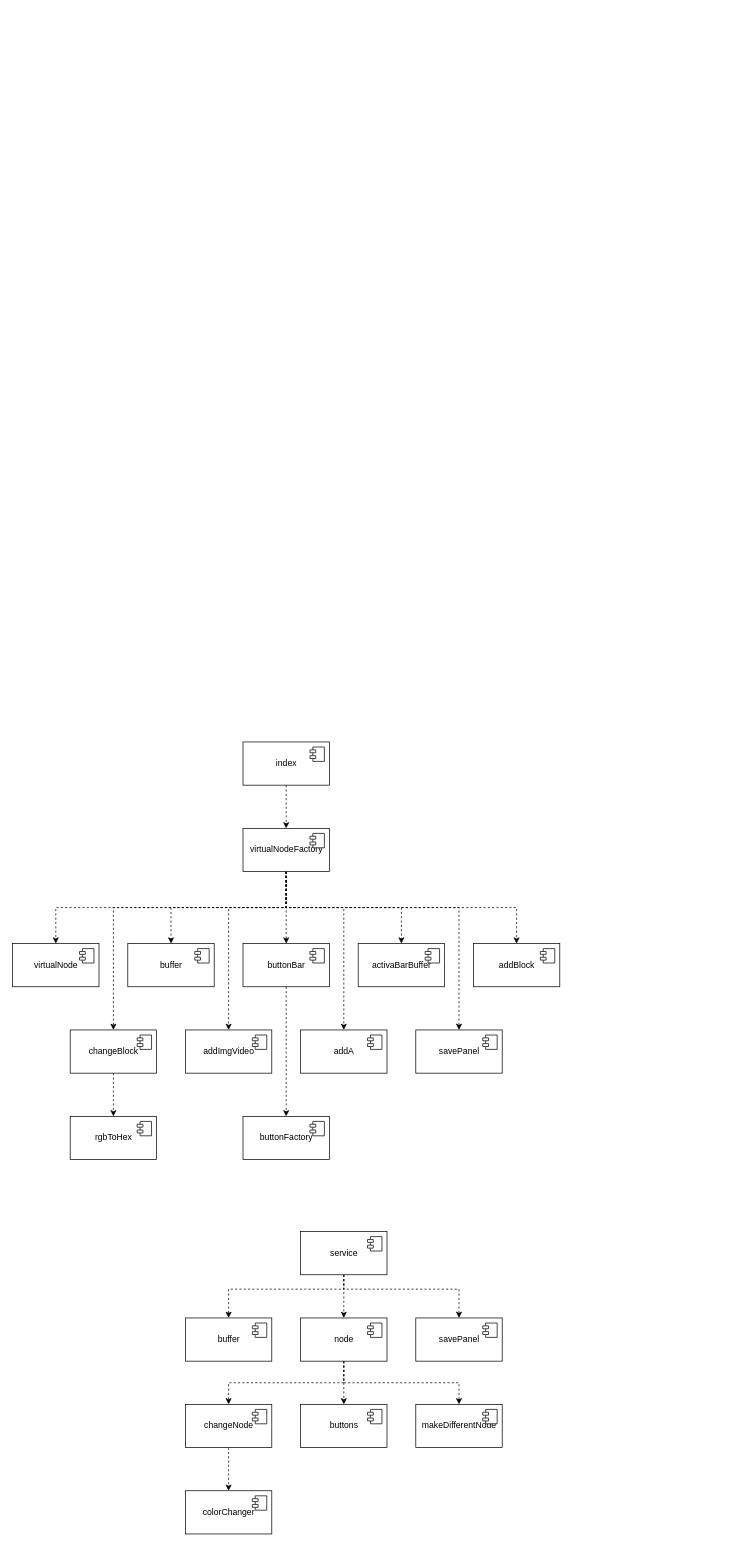
Alex8157/website-builder keeps this draw.io diagram as Схемки/Диаграмма компонентов.drawio. Above is the earlier version. Source tidied: cells renumbered, new cells numbered last; positions are measured from the earlier drawing's top-left corner, leaving out a move shared by most shapes. Both pictures are drawn from the tidied source at 72%, with x=0, y=0 at pixel (12, 742).
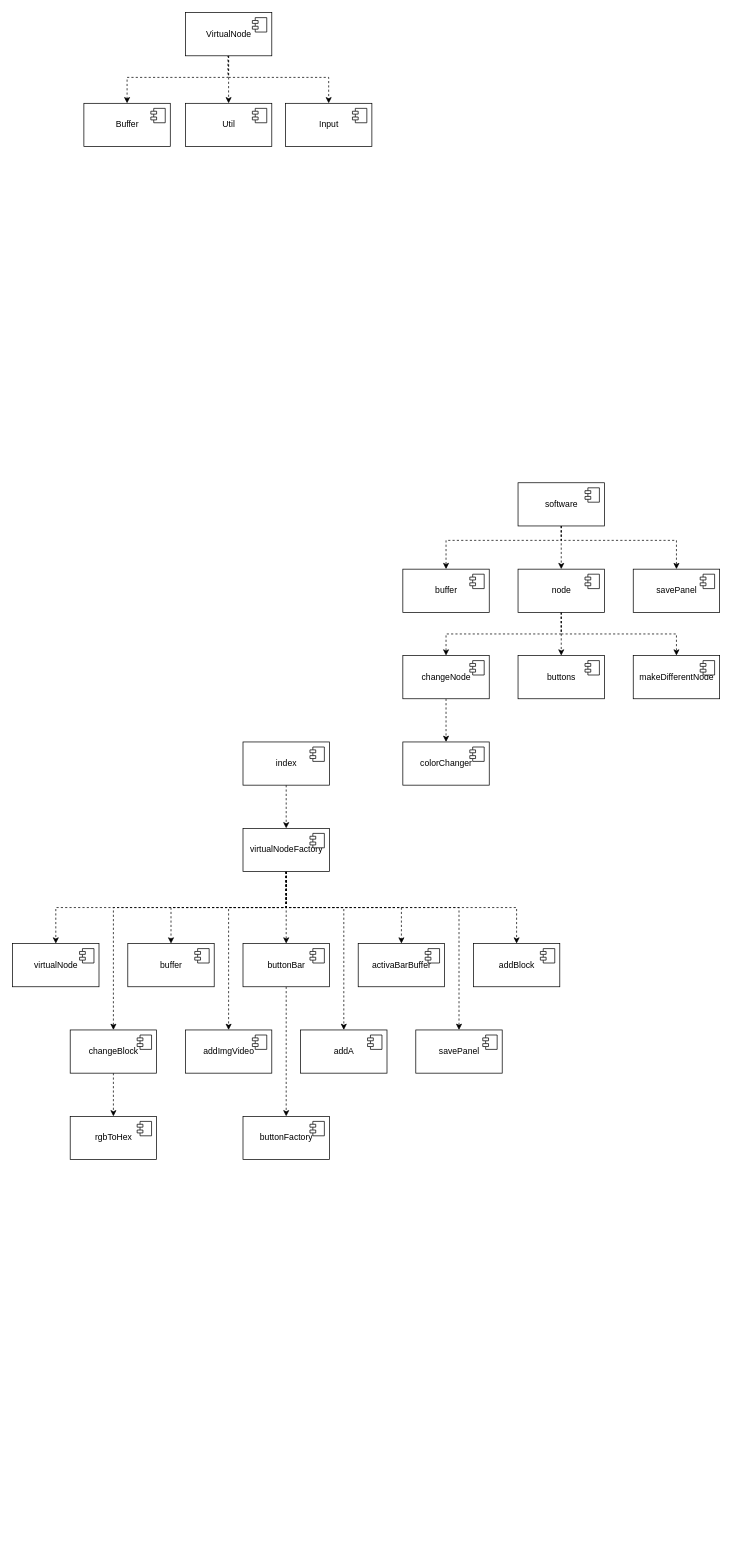
The same page after the edit.

The edit, as a diff of the source:
```diff
@@
     <mxCell id="43" value="&lt;span&gt;node&lt;/span&gt;" style="html=1;" parent="1" vertex="1">
-      <mxGeometry x="400" y="800" width="120" height="60" as="geometry" />
+      <mxGeometry x="702" y="-240" width="120" height="60" as="geometry" />
     </mxCell>
@@
     <mxCell id="45" value="&lt;span&gt;makeDifferentNode&lt;/span&gt;" style="html=1;" parent="1" vertex="1">
-      <mxGeometry x="560" y="920" width="120" height="60" as="geometry" />
+      <mxGeometry x="862" y="-120" width="120" height="60" as="geometry" />
     </mxCell>
@@
     <mxCell id="48" value="&lt;span&gt;changeNode&lt;/span&gt;" style="html=1;" parent="1" vertex="1">
-      <mxGeometry x="240" y="920" width="120" height="60" as="geometry" />
+      <mxGeometry x="542" y="-120" width="120" height="60" as="geometry" />
     </mxCell>
@@
     <mxCell id="50" value="&lt;span&gt;buttons&lt;/span&gt;" style="html=1;" parent="1" vertex="1">
-      <mxGeometry x="400" y="920" width="120" height="60" as="geometry" />
+      <mxGeometry x="702" y="-120" width="120" height="60" as="geometry" />
     </mxCell>
@@
     <mxCell id="52" value="&lt;span&gt;buffer&lt;/span&gt;" style="html=1;" parent="1" vertex="1">
-      <mxGeometry x="240" y="800" width="120" height="60" as="geometry" />
+      <mxGeometry x="542" y="-240" width="120" height="60" as="geometry" />
     </mxCell>
@@
     <mxCell id="55" style="edgeStyle=orthogonalEdgeStyle;rounded=0;jettySize=auto;html=1;exitX=0.5;exitY=1;exitDx=0;exitDy=0;entryX=0.5;entryY=0;entryDx=0;entryDy=0;dashed=1;" parent="1" edge="1" source="57" target="52">
       <mxGeometry relative="1" as="geometry">
         <Array as="points">
-          <mxPoint x="460" y="760" />
-          <mxPoint x="300" y="760" />
+          <mxPoint x="762" y="-280" />
+          <mxPoint x="602" y="-280" />
         </Array>
       </mxGeometry>
     </mxCell>
     <mxCell id="56" style="edgeStyle=orthogonalEdgeStyle;rounded=0;jettySize=auto;html=1;exitX=0.5;exitY=1;exitDx=0;exitDy=0;entryX=0.5;entryY=0;entryDx=0;entryDy=0;dashed=1;" parent="1" edge="1" source="57" target="59">
       <mxGeometry relative="1" as="geometry">
         <Array as="points">
-          <mxPoint x="460" y="760" />
-          <mxPoint x="620" y="760" />
+          <mxPoint x="762" y="-280" />
+          <mxPoint x="922" y="-280" />
         </Array>
       </mxGeometry>
     </mxCell>
-    <mxCell id="57" value="&lt;span&gt;service&lt;/span&gt;" style="html=1;" parent="1" vertex="1">
-      <mxGeometry x="400" y="680" width="120" height="60" as="geometry" />
+    <mxCell id="57" value="&lt;span style=&quot;font-size: 12px;&quot;&gt;software&lt;/span&gt;" style="html=1;" parent="1" vertex="1">
+      <mxGeometry x="702" y="-360" width="120" height="60" as="geometry" />
     </mxCell>
@@
     <mxCell id="59" value="&lt;span&gt;savePanel&lt;/span&gt;" style="html=1;" parent="1" vertex="1">
-      <mxGeometry x="560" y="800" width="120" height="60" as="geometry" />
+      <mxGeometry x="862" y="-240" width="120" height="60" as="geometry" />
     </mxCell>
@@
     <mxCell id="61" value="&lt;span&gt;colorChanger&lt;/span&gt;" style="html=1;" parent="1" vertex="1">
-      <mxGeometry x="240" y="1040" width="120" height="60" as="geometry" />
+      <mxGeometry x="542" width="120" height="60" as="geometry" />
     </mxCell>
@@
+    <mxCell id="63" value="&lt;span style=&quot;font-size: 12px;&quot;&gt;Input&lt;/span&gt;" style="html=1;" parent="1" vertex="1">
+      <mxGeometry x="379" y="-887" width="120" height="60" as="geometry" />
+    </mxCell>
+    <mxCell id="64" style="shape=module;jettyWidth=8;jettyHeight=4;" parent="63" vertex="1">
+      <mxGeometry x="1" width="20" height="20" relative="1" as="geometry">
+        <mxPoint x="-27" y="7" as="offset" />
+      </mxGeometry>
+    </mxCell>
+    <mxCell id="65" value="&lt;span&gt;Buffer&lt;/span&gt;" style="html=1;" parent="1" vertex="1">
+      <mxGeometry x="99" y="-887" width="120" height="60" as="geometry" />
+    </mxCell>
+    <mxCell id="66" style="shape=module;jettyWidth=8;jettyHeight=4;" parent="65" vertex="1">
+      <mxGeometry x="1" width="20" height="20" relative="1" as="geometry">
+        <mxPoint x="-27" y="7" as="offset" />
+      </mxGeometry>
+    </mxCell>
+    <mxCell id="67" style="edgeStyle=orthogonalEdgeStyle;rounded=0;jettySize=auto;html=1;exitX=0.5;exitY=1;exitDx=0;exitDy=0;entryX=0.5;entryY=0;entryDx=0;entryDy=0;dashed=1;" parent="1" edge="1" source="70" target="65">
+      <mxGeometry relative="1" as="geometry">
+        <Array as="points">
+          <mxPoint x="299" y="-953" />
+          <mxPoint x="299" y="-923" />
+          <mxPoint x="159" y="-923" />
+        </Array>
+      </mxGeometry>
+    </mxCell>
+    <mxCell id="68" style="edgeStyle=orthogonalEdgeStyle;rounded=0;jettySize=auto;html=1;exitX=0.5;exitY=1;exitDx=0;exitDy=0;entryX=0.5;entryY=0;entryDx=0;entryDy=0;dashed=1;" parent="1" edge="1" source="70" target="72">
+      <mxGeometry relative="1" as="geometry">
+        <Array as="points">
+          <mxPoint x="300" y="-913" />
+          <mxPoint x="300" y="-913" />
+        </Array>
+      </mxGeometry>
+    </mxCell>
+    <mxCell id="69" style="edgeStyle=orthogonalEdgeStyle;rounded=0;jettySize=auto;html=1;exitX=0.5;exitY=1;exitDx=0;exitDy=0;entryX=0.5;entryY=0;entryDx=0;entryDy=0;dashed=1;" parent="1" edge="1" source="70" target="63">
+      <mxGeometry relative="1" as="geometry">
+        <Array as="points">
+          <mxPoint x="300" y="-923" />
+          <mxPoint x="439" y="-923" />
+        </Array>
+      </mxGeometry>
+    </mxCell>
+    <mxCell id="70" value="VirtualNode" style="html=1;" parent="1" vertex="1">
+      <mxGeometry x="240" y="-1013" width="120" height="60" as="geometry" />
+    </mxCell>
+    <mxCell id="71" style="shape=module;jettyWidth=8;jettyHeight=4;" parent="70" vertex="1">
+      <mxGeometry x="1" width="20" height="20" relative="1" as="geometry">
+        <mxPoint x="-27" y="7" as="offset" />
+      </mxGeometry>
+    </mxCell>
+    <mxCell id="72" value="&lt;span&gt;Util&lt;/span&gt;" style="html=1;" parent="1" vertex="1">
+      <mxGeometry x="240" y="-887" width="120" height="60" as="geometry" />
+    </mxCell>
+    <mxCell id="73" style="shape=module;jettyWidth=8;jettyHeight=4;" parent="72" vertex="1">
+      <mxGeometry x="1" width="20" height="20" relative="1" as="geometry">
+        <mxPoint x="-27" y="7" as="offset" />
+      </mxGeometry>
+    </mxCell>
```
